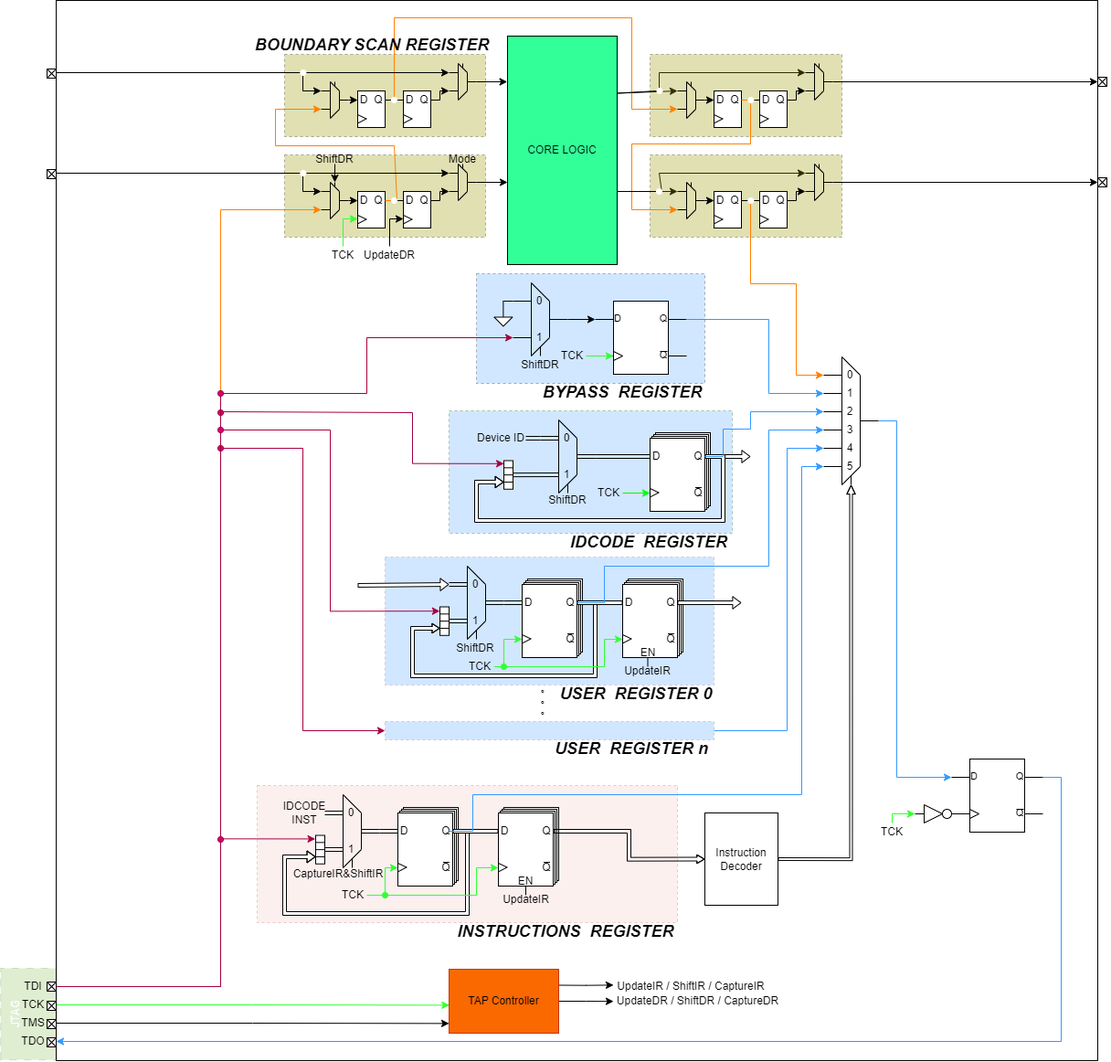
This is _posts/JTAG协议与硬件实现/JTAG_Arch.png from Verdvana/Verdvana.github.io, a draw.io export, as it was before one commit. Source tidied: cells renumbered, new cells last; positions are measured from the earlier drawing's top-left corner, leaving out a move shared by most shapes.
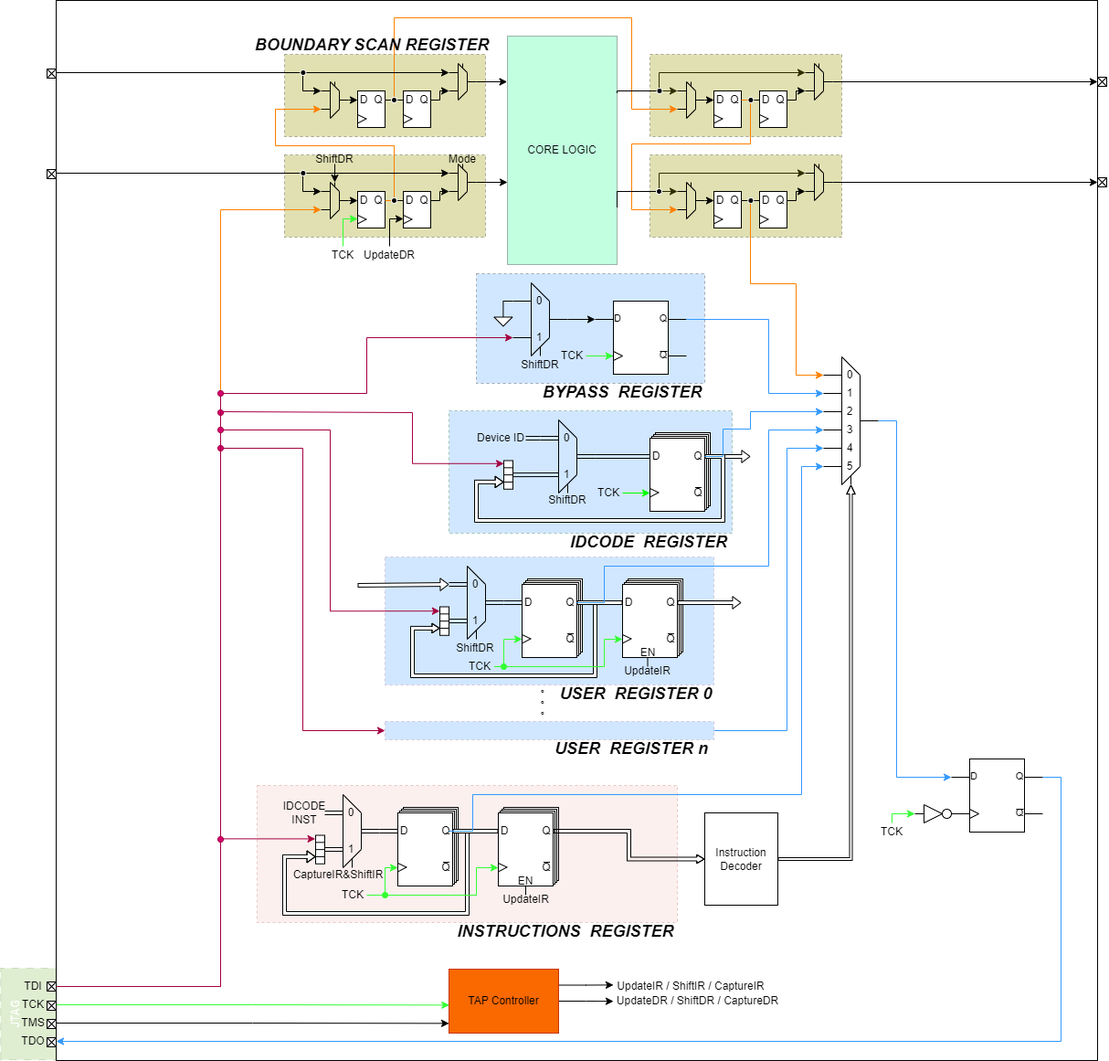
Above is the later version.

Diff of the diagram source:
```diff
@@ -5,7 +5,7 @@
     <mxCell id="2" value="JTAG&lt;div&gt;&lt;br&gt;&lt;/div&gt;&lt;div&gt;&lt;br&gt;&lt;/div&gt;" style="rounded=0;whiteSpace=wrap;html=1;fillColor=#60a917;fontColor=#ffffff;strokeColor=#2D7600;dashed=1;dashPattern=8 8;opacity=20;rotation=-90;" parent="1" vertex="1">
       <mxGeometry x="-0.4" y="1078.6" width="100" height="60.8" as="geometry" />
     </mxCell>
-    <mxCell id="3" style="rounded=0;whiteSpace=wrap;html=1;fillColor=none;" parent="1" vertex="1">
+    <mxCell id="3" style="rounded=0;whiteSpace=wrap;html=1;fillColor=default;" parent="1" vertex="1">
       <mxGeometry x="80" width="1140" height="1160" as="geometry" />
     </mxCell>
     <mxCell id="4" style="rounded=0;whiteSpace=wrap;html=1;fillColor=#999900;dashed=1;opacity=30;" parent="1" vertex="1">
@@ -1129,7 +1129,7 @@
         </Array>
       </mxGeometry>
     </mxCell>
-    <mxCell id="243" value="&lt;div&gt;CORE LOGIC&lt;/div&gt;" style="rounded=0;whiteSpace=wrap;html=1;fillColor=#33FF99;" parent="1" vertex="1">
+    <mxCell id="243" value="&lt;div&gt;CORE LOGIC&lt;/div&gt;" style="rounded=0;whiteSpace=wrap;html=1;fillColor=#33FF99;opacity=30;" parent="1" vertex="1">
       <mxGeometry x="574" y="39" width="120" height="250" as="geometry" />
     </mxCell>
     <mxCell id="244" style="rounded=0;whiteSpace=wrap;html=1;fillColor=#999900;dashed=1;opacity=30;" parent="1" vertex="1">
@@ -1944,25 +1944,25 @@
         </Array>
       </mxGeometry>
     </mxCell>
-    <mxCell id="430" style="ellipse;whiteSpace=wrap;html=1;strokeColor=#FFFFFF;fillColor=#FFFFFF;" parent="1" vertex="1">
+    <mxCell id="430" style="ellipse;whiteSpace=wrap;html=1;strokeColor=#FFFFFF;fillColor=#000000;" parent="1" vertex="1">
       <mxGeometry x="447" y="216" width="6" height="6" as="geometry" />
     </mxCell>
     <mxCell id="431" style="edgeStyle=orthogonalEdgeStyle;rounded=0;jettySize=auto;html=1;exitX=1;exitY=0.5;exitDx=0;exitDy=0;entryX=0;entryY=0.5;entryDx=0;entryDy=0;endArrow=none;endFill=0;" parent="1" edge="1" source="210" target="432">
       <mxGeometry relative="1" as="geometry" />
     </mxCell>
-    <mxCell id="432" style="ellipse;whiteSpace=wrap;html=1;strokeColor=#FFFFFF;fillColor=#FFFFFF;" parent="1" vertex="1">
+    <mxCell id="432" style="ellipse;whiteSpace=wrap;html=1;strokeColor=#FFFFFF;fillColor=#000000;" parent="1" vertex="1">
       <mxGeometry x="447" y="106" width="6" height="6" as="geometry" />
     </mxCell>
     <mxCell id="433" style="edgeStyle=orthogonalEdgeStyle;rounded=0;jettySize=auto;html=1;exitX=1;exitY=0.5;exitDx=0;exitDy=0;entryX=0;entryY=0.75;entryDx=0;entryDy=0;fillColor=#fa6800;strokeColor=#FF8000;endArrow=none;" parent="1" edge="1" source="286" target="434">
       <mxGeometry relative="1" as="geometry" />
     </mxCell>
-    <mxCell id="434" style="ellipse;whiteSpace=wrap;html=1;strokeColor=#FFFFFF;fillColor=#FFFFFF;" parent="1" vertex="1">
+    <mxCell id="434" style="ellipse;whiteSpace=wrap;html=1;strokeColor=#FFFFFF;fillColor=#000000;" parent="1" vertex="1">
       <mxGeometry x="837.4" y="106" width="6" height="6" as="geometry" />
     </mxCell>
     <mxCell id="435" style="edgeStyle=orthogonalEdgeStyle;rounded=0;jettySize=auto;html=1;exitX=1;exitY=0.5;exitDx=0;exitDy=0;entryX=0;entryY=0.5;entryDx=0;entryDy=0;endArrow=none;endFill=0;" parent="1" edge="1" source="250" target="436">
       <mxGeometry relative="1" as="geometry" />
     </mxCell>
-    <mxCell id="436" style="ellipse;whiteSpace=wrap;html=1;strokeColor=#FFFFFF;fillColor=#FFFFFF;" parent="1" vertex="1">
+    <mxCell id="436" style="ellipse;whiteSpace=wrap;html=1;strokeColor=#FFFFFF;fillColor=#000000;" parent="1" vertex="1">
       <mxGeometry x="837.4" y="216" width="6" height="6" as="geometry" />
     </mxCell>
     <mxCell id="437" style="edgeStyle=orthogonalEdgeStyle;rounded=0;jettySize=auto;html=1;exitX=1;exitY=0.75;exitDx=0;exitDy=0;entryX=0;entryY=0.25;entryDx=0;entryDy=0;endArrow=none;" parent="1" edge="1" source="243" target="438">
@@ -1973,7 +1973,7 @@
         </Array>
       </mxGeometry>
     </mxCell>
-    <mxCell id="438" style="ellipse;whiteSpace=wrap;html=1;strokeColor=#FFFFFF;fillColor=#FFFFFF;" parent="1" vertex="1">
+    <mxCell id="438" style="ellipse;whiteSpace=wrap;html=1;strokeColor=#FFFFFF;fillColor=#000000;" parent="1" vertex="1">
       <mxGeometry x="737" y="206" width="6" height="6" as="geometry" />
     </mxCell>
     <mxCell id="439" style="edgeStyle=orthogonalEdgeStyle;rounded=0;jettySize=auto;html=1;exitX=1;exitY=0.25;exitDx=0;exitDy=0;entryX=0;entryY=0.25;entryDx=0;entryDy=0;endArrow=none;" parent="1" edge="1" source="243" target="440">
@@ -1984,13 +1984,13 @@
         </Array>
       </mxGeometry>
     </mxCell>
-    <mxCell id="440" style="ellipse;whiteSpace=wrap;html=1;strokeColor=#FFFFFF;fillColor=#FFFFFF;" parent="1" vertex="1">
+    <mxCell id="440" style="ellipse;whiteSpace=wrap;html=1;strokeColor=#FFFFFF;fillColor=#000000;" parent="1" vertex="1">
       <mxGeometry x="737.5" y="96" width="6" height="6" as="geometry" />
     </mxCell>
-    <mxCell id="441" style="ellipse;whiteSpace=wrap;html=1;strokeColor=#FFFFFF;fillColor=#FFFFFF;" parent="1" vertex="1">
+    <mxCell id="441" style="ellipse;whiteSpace=wrap;html=1;strokeColor=#FFFFFF;fillColor=#000000;" parent="1" vertex="1">
       <mxGeometry x="347.4" y="186" width="6" height="6" as="geometry" />
     </mxCell>
-    <mxCell id="442" style="ellipse;whiteSpace=wrap;html=1;strokeColor=#FFFFFF;fillColor=#FFFFFF;" parent="1" vertex="1">
+    <mxCell id="442" style="ellipse;whiteSpace=wrap;html=1;strokeColor=#FFFFFF;fillColor=#000000;" parent="1" vertex="1">
       <mxGeometry x="347.4" y="76" width="6" height="6" as="geometry" />
     </mxCell>
     <mxCell id="443" style="ellipse;whiteSpace=wrap;html=1;strokeColor=#33FF33;fillColor=#33FF33;" parent="1" vertex="1">
```
